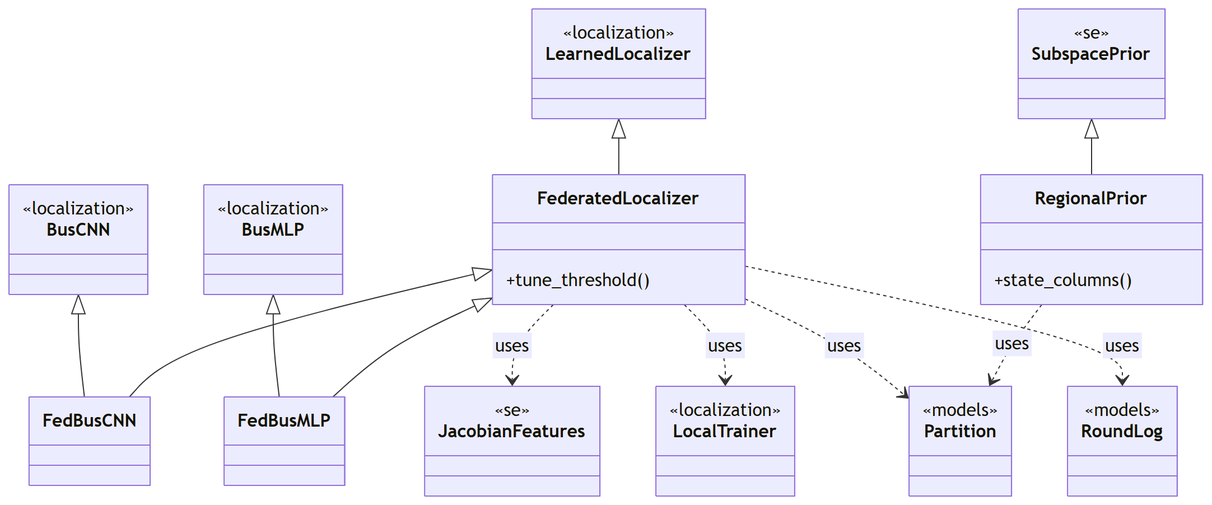
This is docs/figures/diagrams/classes_federated.png from myersben9/fdia-graph, a Mermaid export, as it was before one commit. Its source is kept beside it as docs/figures/diagrams/classes_federated.mmd.
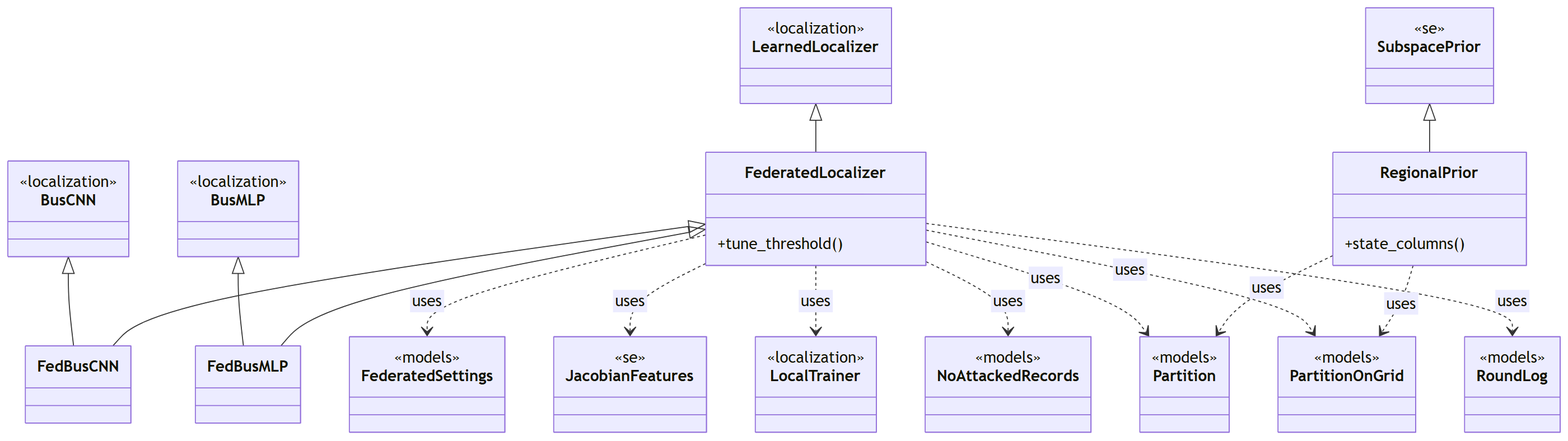
Later version of the same file.

Diff of the diagram source:
```diff
@@ -15,6 +15,9 @@
     class BusMLP {
         <<localization>>
     }
+    class FederatedSettings {
+        <<models>>
+    }
     class JacobianFeatures {
         <<se>>
     }
@@ -24,7 +27,13 @@
     class LocalTrainer {
         <<localization>>
     }
+    class NoAttackedRecords {
+        <<models>>
+    }
     class Partition {
+        <<models>>
+    }
+    class PartitionOnGrid {
         <<models>>
     }
     class RoundLog {
@@ -39,8 +48,12 @@
     FederatedLocalizer <|-- FedBusMLP
     LearnedLocalizer <|-- FederatedLocalizer
     SubspacePrior <|-- RegionalPrior
+    FederatedLocalizer ..> FederatedSettings : uses
     FederatedLocalizer ..> JacobianFeatures : uses
     FederatedLocalizer ..> LocalTrainer : uses
+    FederatedLocalizer ..> NoAttackedRecords : uses
     FederatedLocalizer ..> Partition : uses
+    FederatedLocalizer ..> PartitionOnGrid : uses
     FederatedLocalizer ..> RoundLog : uses
     RegionalPrior ..> Partition : uses
+    RegionalPrior ..> PartitionOnGrid : uses
```
